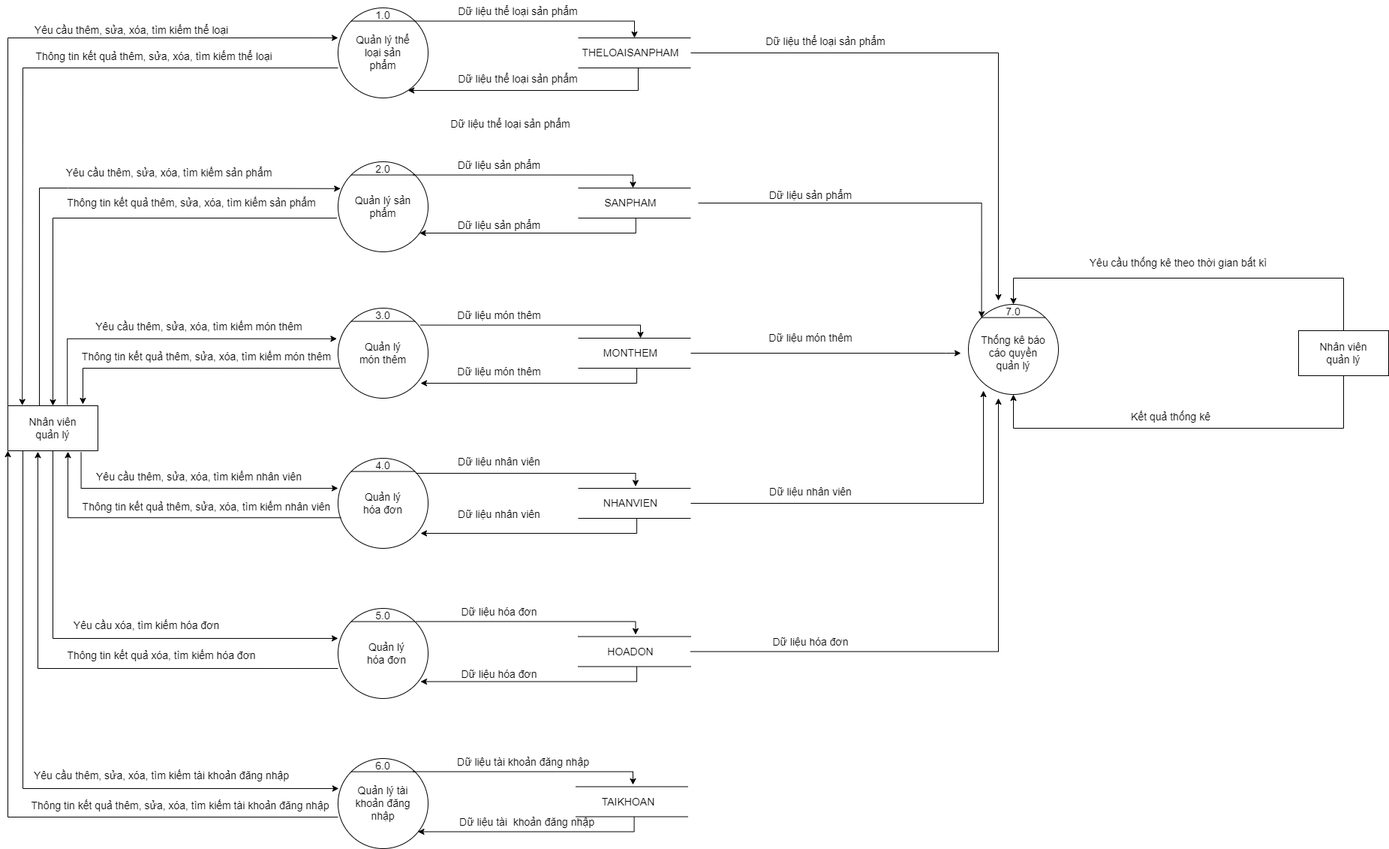
This is BFD&DFD_NGUCANH_0_1/DFD_0_Manage_CoffeeShop.drawio.png from hungtadasuke/CoffeShop_SoftwareTechnology, a draw.io export, as it was before one commit. Source tidied: cells renumbered, new cells last; positions are measured from the earlier drawing's top-left corner, leaving out a move shared by most shapes.
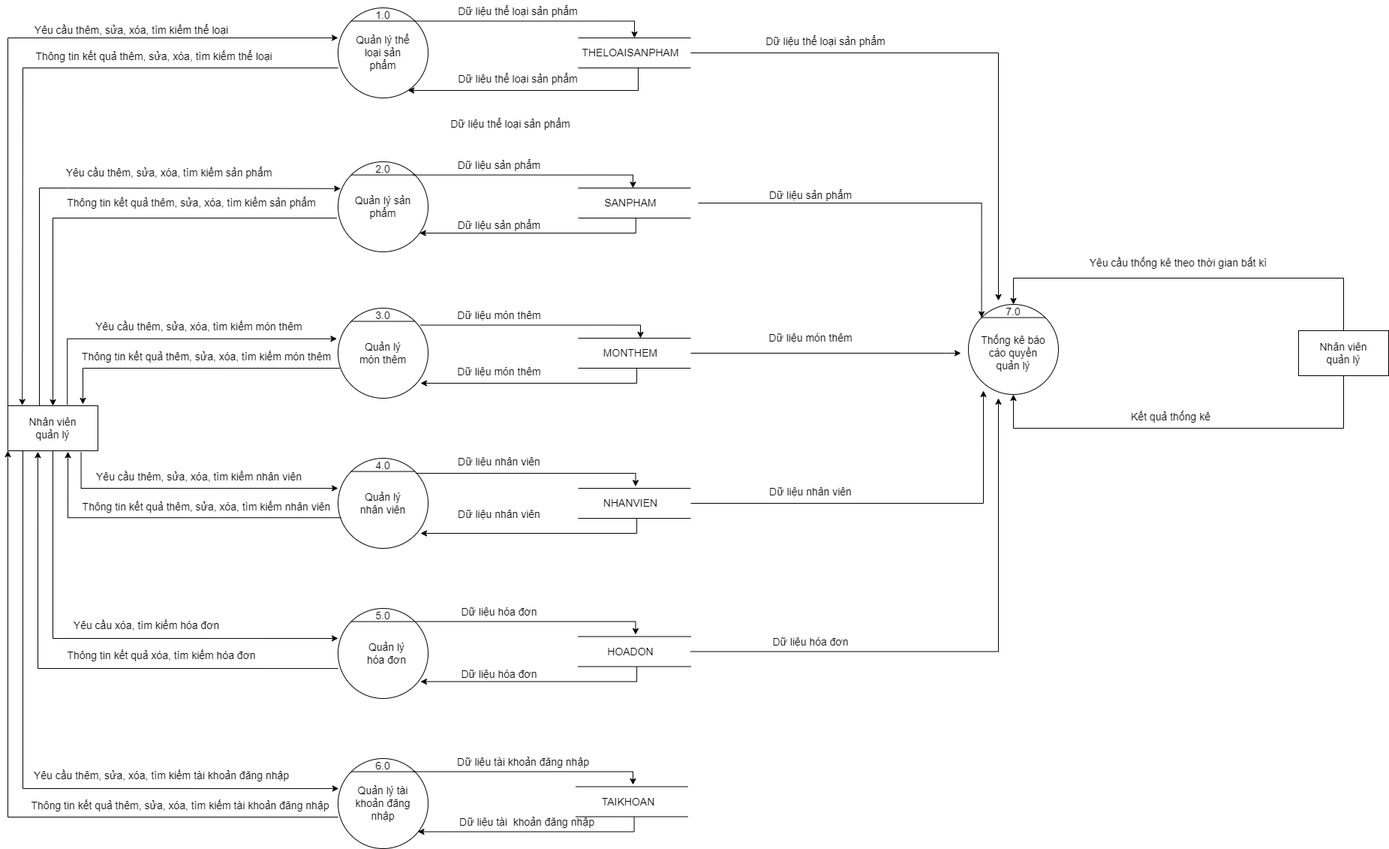
The same file after the commit.

Change to the diagram source:
```diff
@@ -50,7 +50,7 @@
     <mxCell id="17" style="endArrow=none;html=1;rounded=0;exitX=0;exitY=0;exitDx=0;exitDy=0;entryX=1;entryY=0;entryDx=0;entryDy=0;" parent="1" edge="1" source="16" target="16">
       <mxGeometry relative="1" as="geometry" />
     </mxCell>
-    <mxCell id="18" value="&lt;font style=&quot;font-size: 14px&quot;&gt;Quản lý&lt;br&gt;hóa đơn&lt;br&gt;&lt;/font&gt;" style="text;html=1;strokeColor=none;fillColor=none;align=center;verticalAlign=middle;whiteSpace=wrap;rounded=0;" parent="1" vertex="1">
+    <mxCell id="18" value="&lt;font style=&quot;font-size: 14px&quot;&gt;Quản lý nhân viên&lt;br&gt;&lt;/font&gt;" style="text;html=1;strokeColor=none;fillColor=none;align=center;verticalAlign=middle;whiteSpace=wrap;rounded=0;" parent="1" vertex="1">
       <mxGeometry x="470" y="655" width="80" height="30" as="geometry" />
     </mxCell>
     <mxCell id="19" value="4.0" style="text;html=1;strokeColor=none;fillColor=none;align=center;verticalAlign=middle;whiteSpace=wrap;rounded=0;fontSize=14;" parent="1" vertex="1">
```
